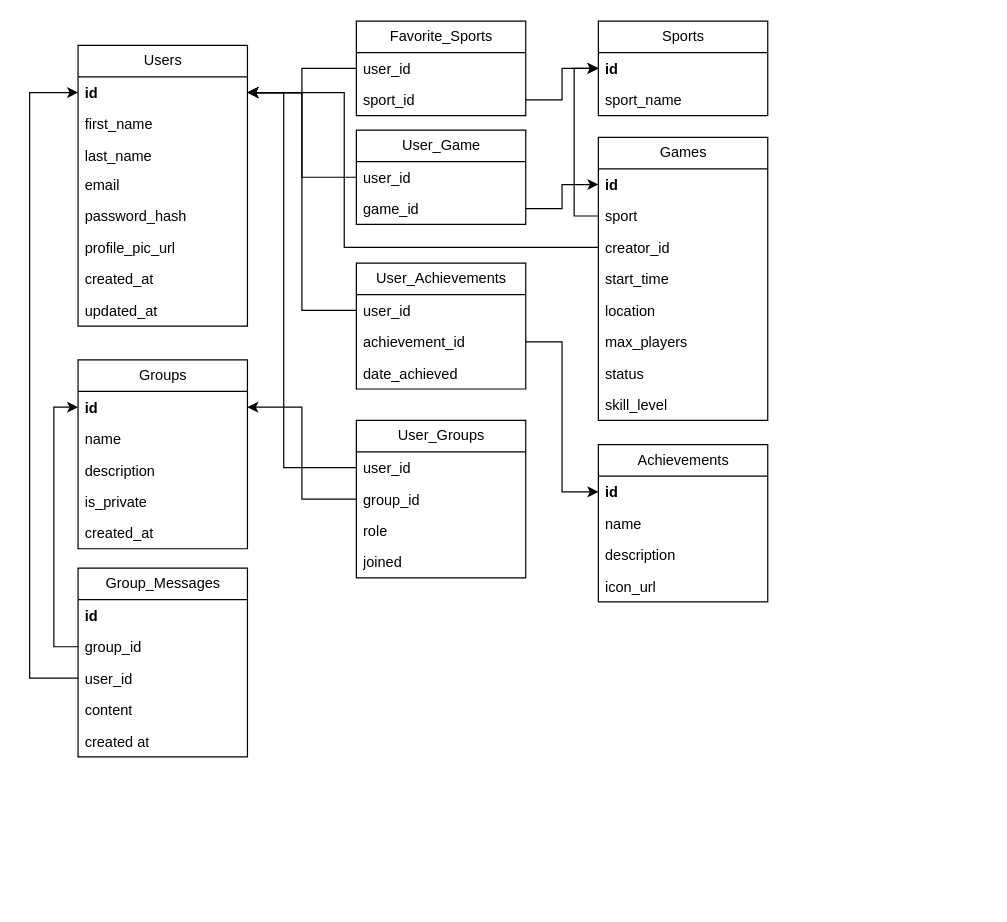
Sroberts03/pickup keeps this draw.io diagram as page "Database" (1 of 3) of diagrams/pickupDB.drawio. Above is the earlier version. Source tidied: cells renumbered, new cells numbered last; positions are measured from the earlier drawing's top-left corner, leaving out a move shared by most shapes. Both pictures are drawn from the tidied source at 121%, with x=0, y=0 at pixel (29, 21).
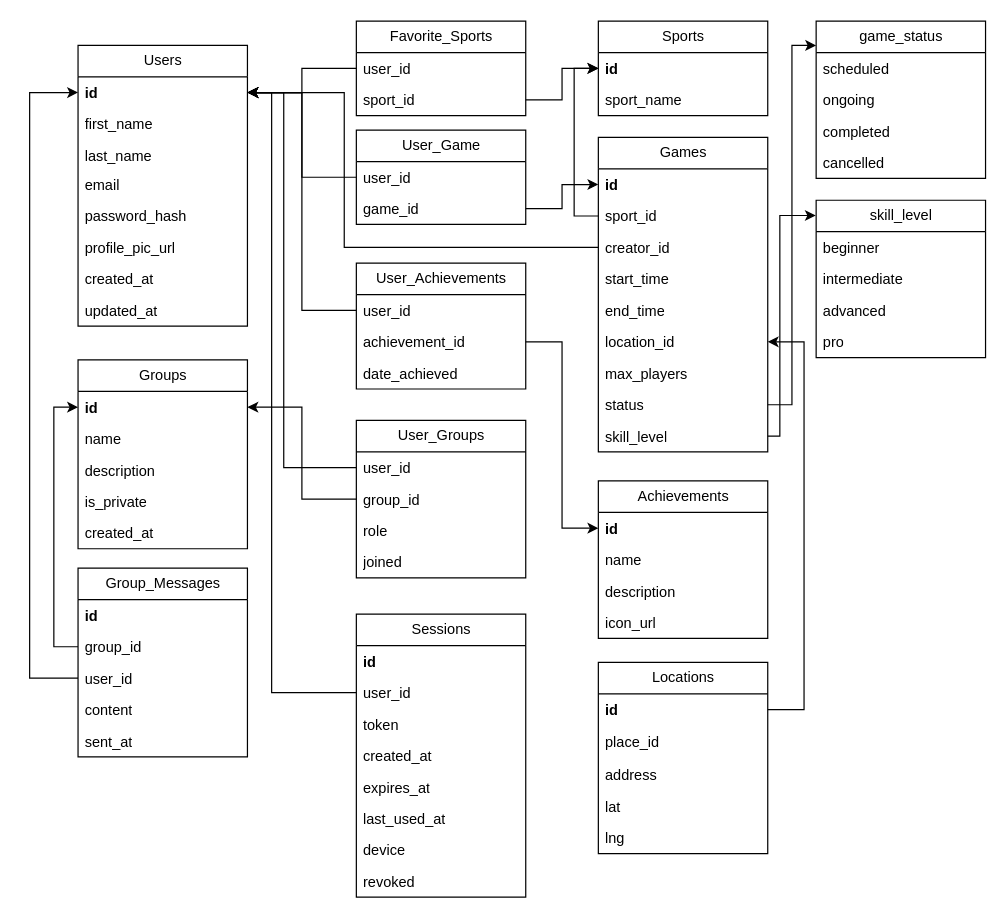
The same page after the edit.

Commit message:
Implement feature X to enhance user experience and optimize performance

Unchanged cells that the change refers to:
```xml
<mxCell id="3" value="id" style="text;strokeColor=none;fillColor=none;align=left;verticalAlign=top;spacingLeft=4;spacingRight=4;overflow=hidden;points=[[0,0.5],[1,0.5]];portConstraint=eastwest;whiteSpace=wrap;html=1;fontStyle=1;shadow=0;glass=0;rounded=0;" parent="2" vertex="1">
  <mxGeometry y="26" width="140" height="26" as="geometry" />
</mxCell>
<mxCell id="47" value="id" style="text;strokeColor=none;fillColor=none;align=left;verticalAlign=top;spacingLeft=4;spacingRight=4;overflow=hidden;points=[[0,0.5],[1,0.5]];portConstraint=eastwest;whiteSpace=wrap;html=1;fontStyle=1;" parent="46" vertex="1">
  <mxGeometry y="26" width="140" height="26" as="geometry" />
</mxCell>
<mxCell id="59" value="Group_Messages" style="swimlane;fontStyle=0;horizontal=1;startSize=26;fillColor=none;html=1;" parent="1" vertex="1">
  <mxGeometry x="40" y="452" width="140" height="156" as="geometry" />
</mxCell>
<mxCell id="61" value="group_id" style="text;strokeColor=none;fillColor=none;align=left;verticalAlign=top;spacingLeft=4;spacingRight=4;overflow=hidden;points=[[0,0.5],[1,0.5]];portConstraint=eastwest;whiteSpace=wrap;html=1;" parent="59" vertex="1">
  <mxGeometry y="52" width="140" height="26" as="geometry" />
</mxCell>
```

What changed in the source:
```diff
@@
     <mxCell id="17" value="Games" style="swimlane;fontStyle=0;horizontal=1;startSize=26;fillColor=none;html=1;" parent="1" vertex="1">
-      <mxGeometry x="470" y="96" width="140" height="234" as="geometry" />
+      <mxGeometry x="470" y="96" width="140" height="260" as="geometry" />
     </mxCell>
@@
-    <mxCell id="19" value="sport" style="text;strokeColor=none;fillColor=none;align=left;verticalAlign=top;spacingLeft=4;spacingRight=4;overflow=hidden;points=[[0,0.5],[1,0.5]];portConstraint=eastwest;whiteSpace=wrap;html=1;" parent="17" vertex="1">
+    <mxCell id="19" value="sport_id&lt;div&gt;&lt;br&gt;&lt;/div&gt;" style="text;strokeColor=none;fillColor=none;align=left;verticalAlign=top;spacingLeft=4;spacingRight=4;overflow=hidden;points=[[0,0.5],[1,0.5]];portConstraint=eastwest;whiteSpace=wrap;html=1;" parent="17" vertex="1">
       <mxGeometry y="52" width="140" height="26" as="geometry" />
     </mxCell>
@@
+    <mxCell id="67" value="end_time" style="text;strokeColor=none;fillColor=none;align=left;verticalAlign=top;spacingLeft=4;spacingRight=4;overflow=hidden;whiteSpace=wrap;html=1;" parent="17" vertex="1">
+      <mxGeometry y="130" width="140" height="26" as="geometry" />
+    </mxCell>
-    <mxCell id="22" value="location" style="text;strokeColor=none;fillColor=none;align=left;verticalAlign=top;spacingLeft=4;spacingRight=4;overflow=hidden;points=[[0,0.5],[1,0.5]];portConstraint=eastwest;whiteSpace=wrap;html=1;" parent="17" vertex="1">
-      <mxGeometry y="130" width="140" height="26" as="geometry" />
+    <mxCell id="22" value="location_id" style="text;strokeColor=none;fillColor=none;align=left;verticalAlign=top;spacingLeft=4;spacingRight=4;overflow=hidden;points=[[0,0.5],[1,0.5]];portConstraint=eastwest;whiteSpace=wrap;html=1;" parent="17" vertex="1">
+      <mxGeometry y="156" width="140" height="26" as="geometry" />
     </mxCell>
     <mxCell id="23" value="max_players" style="text;strokeColor=none;fillColor=none;align=left;verticalAlign=top;spacingLeft=4;spacingRight=4;overflow=hidden;whiteSpace=wrap;html=1;" parent="17" vertex="1">
-      <mxGeometry y="156" width="140" height="26" as="geometry" />
+      <mxGeometry y="182" width="140" height="26" as="geometry" />
     </mxCell>
     <mxCell id="24" value="status" style="text;strokeColor=none;fillColor=none;align=left;verticalAlign=top;spacingLeft=4;spacingRight=4;overflow=hidden;points=[[0,0.5],[1,0.5]];portConstraint=eastwest;whiteSpace=wrap;html=1;" parent="17" vertex="1">
-      <mxGeometry y="182" width="140" height="26" as="geometry" />
+      <mxGeometry y="208" width="140" height="26" as="geometry" />
     </mxCell>
     <mxCell id="25" value="skill_level" style="text;strokeColor=none;fillColor=none;align=left;verticalAlign=top;spacingLeft=4;spacingRight=4;overflow=hidden;points=[[0,0.5],[1,0.5]];portConstraint=eastwest;whiteSpace=wrap;html=1;" parent="17" vertex="1">
-      <mxGeometry y="208" width="140" height="26" as="geometry" />
+      <mxGeometry y="234" width="140" height="26" as="geometry" />
     </mxCell>
@@
     <mxCell id="29" value="Achievements" style="swimlane;fontStyle=0;horizontal=1;startSize=26;fillColor=none;html=1;" parent="1" vertex="1">
-      <mxGeometry x="470" y="350" width="140" height="130" as="geometry" />
+      <mxGeometry x="470" y="380" width="140" height="130" as="geometry" />
     </mxCell>
@@
-    <mxCell id="64" value="created at" style="text;strokeColor=none;fillColor=none;align=left;verticalAlign=top;spacingLeft=4;spacingRight=4;overflow=hidden;whiteSpace=wrap;html=1;" parent="59" vertex="1">
+    <mxCell id="64" value="sent_at" style="text;strokeColor=none;fillColor=none;align=left;verticalAlign=top;spacingLeft=4;spacingRight=4;overflow=hidden;whiteSpace=wrap;html=1;" parent="59" vertex="1">
       <mxGeometry y="130" width="140" height="26" as="geometry" />
     </mxCell>
     <mxCell id="65" style="edgeStyle=orthogonalEdgeStyle;rounded=0;jettySize=auto;html=1;exitX=0;exitY=0.5;exitDx=0;exitDy=0;entryX=0;entryY=0.5;entryDx=0;entryDy=0;" parent="1" edge="1" source="61" target="47">
-      <mxGeometry relative="1" as="geometry" />
+      <mxGeometry relative="1" as="geometry">
+        <Array as="points">
+          <mxPoint x="20" y="517" />
+          <mxPoint x="20" y="319" />
+        </Array>
+      </mxGeometry>
     </mxCell>
@@
+    <mxCell id="68" value="Sessions" style="swimlane;fontStyle=0;horizontal=1;startSize=26;fillColor=none;html=1;" parent="1" vertex="1">
+      <mxGeometry x="270" y="490" width="140" height="234" as="geometry" />
+    </mxCell>
+    <mxCell id="69" value="&lt;b&gt;id&lt;/b&gt;" style="text;strokeColor=none;fillColor=none;align=left;verticalAlign=top;spacingLeft=4;spacingRight=4;overflow=hidden;whiteSpace=wrap;html=1;" parent="68" vertex="1">
+      <mxGeometry y="26" width="140" height="26" as="geometry" />
+    </mxCell>
+    <mxCell id="70" value="user_id" style="text;strokeColor=none;fillColor=none;align=left;verticalAlign=top;spacingLeft=4;spacingRight=4;overflow=hidden;points=[[0,0.5],[1,0.5]];portConstraint=eastwest;whiteSpace=wrap;html=1;" parent="68" vertex="1">
+      <mxGeometry y="52" width="140" height="26" as="geometry" />
+    </mxCell>
+    <mxCell id="71" value="token" style="text;strokeColor=none;fillColor=none;align=left;verticalAlign=top;spacingLeft=4;spacingRight=4;overflow=hidden;whiteSpace=wrap;html=1;" parent="68" vertex="1">
+      <mxGeometry y="78" width="140" height="26" as="geometry" />
+    </mxCell>
+    <mxCell id="72" value="created_at" style="text;strokeColor=none;fillColor=none;align=left;verticalAlign=top;spacingLeft=4;spacingRight=4;overflow=hidden;whiteSpace=wrap;html=1;" parent="68" vertex="1">
+      <mxGeometry y="104" width="140" height="26" as="geometry" />
+    </mxCell>
+    <mxCell id="73" value="expires_at" style="text;strokeColor=none;fillColor=none;align=left;verticalAlign=top;spacingLeft=4;spacingRight=4;overflow=hidden;whiteSpace=wrap;html=1;" parent="68" vertex="1">
+      <mxGeometry y="130" width="140" height="26" as="geometry" />
+    </mxCell>
+    <mxCell id="74" value="last_used_at" style="text;strokeColor=none;fillColor=none;align=left;verticalAlign=top;spacingLeft=4;spacingRight=4;overflow=hidden;whiteSpace=wrap;html=1;" parent="68" vertex="1">
+      <mxGeometry y="156" width="140" height="26" as="geometry" />
+    </mxCell>
+    <mxCell id="75" value="device&lt;div&gt;&lt;br&gt;&lt;/div&gt;" style="text;strokeColor=none;fillColor=none;align=left;verticalAlign=top;spacingLeft=4;spacingRight=4;overflow=hidden;whiteSpace=wrap;html=1;" parent="68" vertex="1">
+      <mxGeometry y="182" width="140" height="26" as="geometry" />
+    </mxCell>
+    <mxCell id="76" value="revoked" style="text;strokeColor=none;fillColor=none;align=left;verticalAlign=top;spacingLeft=4;spacingRight=4;overflow=hidden;whiteSpace=wrap;html=1;" parent="68" vertex="1">
+      <mxGeometry y="208" width="140" height="26" as="geometry" />
+    </mxCell>
+    <mxCell id="77" style="edgeStyle=orthogonalEdgeStyle;rounded=0;jettySize=auto;html=1;exitX=0;exitY=0.5;exitDx=0;exitDy=0;entryX=1;entryY=0.5;entryDx=0;entryDy=0;" parent="1" edge="1" source="70" target="3">
+      <mxGeometry relative="1" as="geometry">
+        <Array as="points">
+          <mxPoint x="200" y="555" />
+          <mxPoint x="200" y="59" />
+        </Array>
+      </mxGeometry>
+    </mxCell>
+    <mxCell id="78" value="Locations" style="swimlane;fontStyle=0;horizontal=1;startSize=26;fillColor=none;html=1;" parent="1" vertex="1">
+      <mxGeometry x="470" y="530" width="140" height="158" as="geometry" />
+    </mxCell>
+    <mxCell id="79" value="id" style="text;strokeColor=none;fillColor=none;align=left;verticalAlign=top;spacingLeft=4;spacingRight=4;overflow=hidden;points=[[0,0.5],[1,0.5]];portConstraint=eastwest;whiteSpace=wrap;html=1;fontStyle=1;" parent="78" vertex="1">
+      <mxGeometry y="26" width="140" height="26" as="geometry" />
+    </mxCell>
+    <mxCell id="80" value="place_id" style="text;strokeColor=none;fillColor=none;align=left;verticalAlign=top;spacingLeft=4;spacingRight=4;overflow=hidden;whiteSpace=wrap;html=1;" parent="78" vertex="1">
+      <mxGeometry y="52" width="140" height="28" as="geometry" />
+    </mxCell>
+    <mxCell id="81" value="address" style="text;strokeColor=none;fillColor=none;align=left;verticalAlign=top;spacingLeft=4;spacingRight=4;overflow=hidden;whiteSpace=wrap;html=1;" parent="78" vertex="1">
+      <mxGeometry y="80" width="140" height="26" as="geometry" />
+    </mxCell>
+    <mxCell id="82" value="lat" style="text;strokeColor=none;fillColor=none;align=left;verticalAlign=top;spacingLeft=4;spacingRight=4;overflow=hidden;whiteSpace=wrap;html=1;" parent="78" vertex="1">
+      <mxGeometry y="106" width="140" height="26" as="geometry" />
+    </mxCell>
+    <mxCell id="83" value="lng" style="text;strokeColor=none;fillColor=none;align=left;verticalAlign=top;spacingLeft=4;spacingRight=4;overflow=hidden;whiteSpace=wrap;html=1;" parent="78" vertex="1">
+      <mxGeometry y="132" width="140" height="26" as="geometry" />
+    </mxCell>
+    <mxCell id="84" style="edgeStyle=orthogonalEdgeStyle;rounded=0;jettySize=auto;html=1;exitX=1;exitY=0.5;exitDx=0;exitDy=0;entryX=1;entryY=0.5;entryDx=0;entryDy=0;" parent="1" edge="1" source="79" target="22">
+      <mxGeometry relative="1" as="geometry">
+        <Array as="points">
+          <mxPoint x="640" y="569" />
+          <mxPoint x="640" y="265" />
+        </Array>
+      </mxGeometry>
+    </mxCell>
+    <mxCell id="85" value="game_status" style="swimlane;fontStyle=0;horizontal=1;startSize=26;fillColor=none;html=1;" parent="1" vertex="1">
+      <mxGeometry x="650" width="140" height="130" as="geometry" />
+    </mxCell>
+    <mxCell id="86" value="scheduled" style="text;strokeColor=none;fillColor=none;align=left;verticalAlign=top;spacingLeft=4;spacingRight=4;overflow=hidden;whiteSpace=wrap;html=1;" parent="85" vertex="1">
+      <mxGeometry y="26" width="140" height="26" as="geometry" />
+    </mxCell>
+    <mxCell id="87" value="ongoing" style="text;strokeColor=none;fillColor=none;align=left;verticalAlign=top;spacingLeft=4;spacingRight=4;overflow=hidden;whiteSpace=wrap;html=1;" parent="85" vertex="1">
+      <mxGeometry y="52" width="140" height="26" as="geometry" />
+    </mxCell>
+    <mxCell id="88" value="completed" style="text;strokeColor=none;fillColor=none;align=left;verticalAlign=top;spacingLeft=4;spacingRight=4;overflow=hidden;whiteSpace=wrap;html=1;" parent="85" vertex="1">
+      <mxGeometry y="78" width="140" height="26" as="geometry" />
+    </mxCell>
+    <mxCell id="89" value="cancelled" style="text;strokeColor=none;fillColor=none;align=left;verticalAlign=top;spacingLeft=4;spacingRight=4;overflow=hidden;whiteSpace=wrap;html=1;" parent="85" vertex="1">
+      <mxGeometry y="104" width="140" height="26" as="geometry" />
+    </mxCell>
+    <mxCell id="90" style="edgeStyle=orthogonalEdgeStyle;rounded=0;jettySize=auto;html=1;entryX=0;entryY=0.154;entryDx=0;entryDy=0;entryPerimeter=0;" parent="1" edge="1" source="24" target="85">
+      <mxGeometry relative="1" as="geometry" />
+    </mxCell>
+    <mxCell id="91" value="skill_level" style="swimlane;fontStyle=0;horizontal=1;startSize=26;fillColor=none;html=1;" parent="1" vertex="1">
+      <mxGeometry x="650" y="148" width="140" height="130" as="geometry" />
+    </mxCell>
+    <mxCell id="92" value="beginner" style="text;strokeColor=none;fillColor=none;align=left;verticalAlign=top;spacingLeft=4;spacingRight=4;overflow=hidden;whiteSpace=wrap;html=1;" parent="91" vertex="1">
+      <mxGeometry y="26" width="140" height="26" as="geometry" />
+    </mxCell>
+    <mxCell id="93" value="intermediate&amp;nbsp;" style="text;strokeColor=none;fillColor=none;align=left;verticalAlign=top;spacingLeft=4;spacingRight=4;overflow=hidden;whiteSpace=wrap;html=1;" parent="91" vertex="1">
+      <mxGeometry y="52" width="140" height="26" as="geometry" />
+    </mxCell>
+    <mxCell id="94" value="advanced" style="text;strokeColor=none;fillColor=none;align=left;verticalAlign=top;spacingLeft=4;spacingRight=4;overflow=hidden;whiteSpace=wrap;html=1;" parent="91" vertex="1">
+      <mxGeometry y="78" width="140" height="26" as="geometry" />
+    </mxCell>
+    <mxCell id="95" value="pro" style="text;strokeColor=none;fillColor=none;align=left;verticalAlign=top;spacingLeft=4;spacingRight=4;overflow=hidden;whiteSpace=wrap;html=1;" parent="91" vertex="1">
+      <mxGeometry y="104" width="140" height="26" as="geometry" />
+    </mxCell>
+    <mxCell id="96" style="edgeStyle=orthogonalEdgeStyle;rounded=0;jettySize=auto;html=1;entryX=-0.002;entryY=0.097;entryDx=0;entryDy=0;entryPerimeter=0;" parent="1" edge="1" source="25" target="91">
+      <mxGeometry relative="1" as="geometry">
+        <Array as="points">
+          <mxPoint x="620" y="343" />
+          <mxPoint x="620" y="161" />
+        </Array>
+      </mxGeometry>
+    </mxCell>
```
